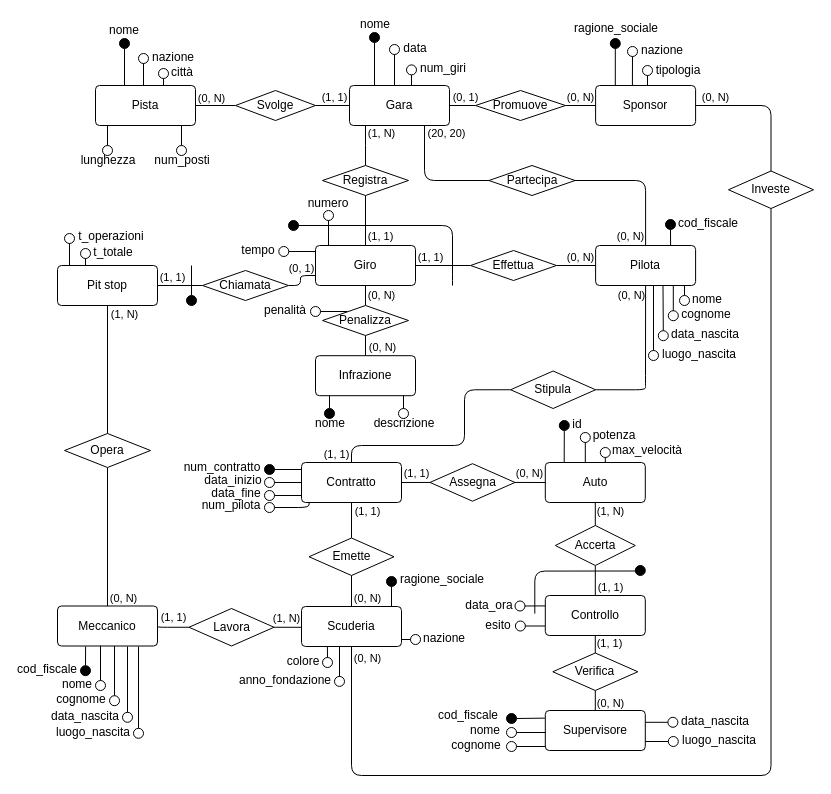
NotXia/car-racing keeps this draw.io diagram as er/gare.drawio. Above is the earlier version. Source tidied: cells renumbered, new cells numbered last; positions are measured from the earlier drawing's top-left corner, leaving out a move shared by most shapes. Both pictures are drawn from the tidied source at 100%, with x=0, y=0 at pixel (17, 19).
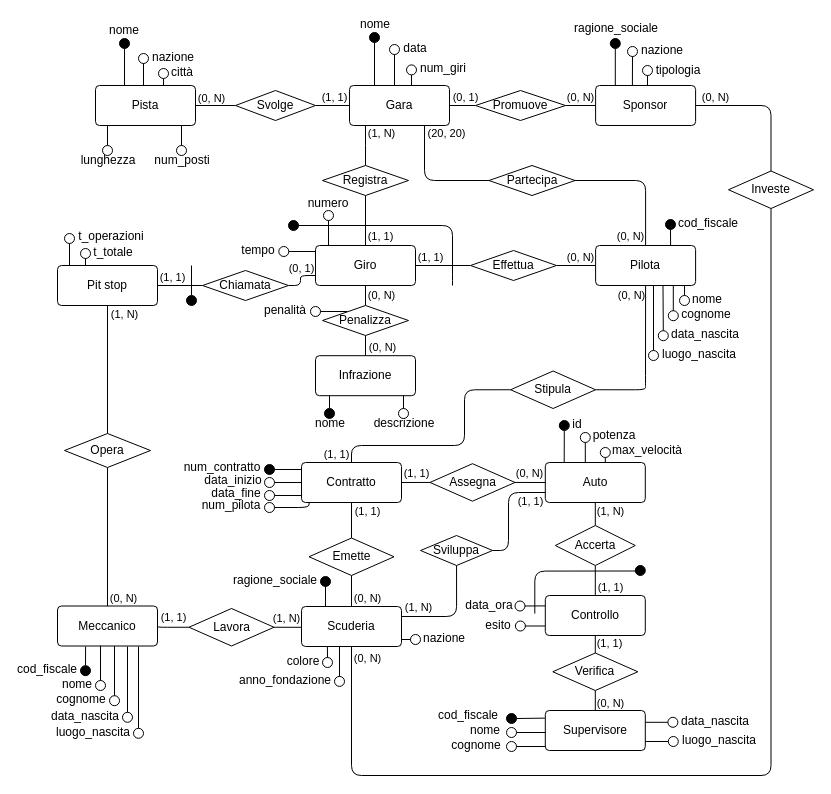
The same diagram, later.

The change refers to these unchanged cells:
```xml
<mxCell id="98" value="Scuderia" style="rounded=1;arcSize=10;whiteSpace=wrap;html=1;align=center;" parent="1" vertex="1">
  <mxGeometry x="284" y="587" width="100" height="40" as="geometry" />
</mxCell>
<mxCell id="99" value="Auto" style="rounded=1;arcSize=10;whiteSpace=wrap;html=1;align=center;" parent="1" vertex="1">
  <mxGeometry x="527.8" y="443" width="100" height="40" as="geometry" />
</mxCell>
```

The edit, as a diff of the source:
```diff
@@
     <mxCell id="192" style="endArrow=none;html=1;rounded=0;strokeColor=default;entryX=0.5;entryY=1;entryDx=0;entryDy=0;" parent="1" edge="1" target="193">
       <mxGeometry relative="1" as="geometry">
-        <mxPoint x="374" y="587" as="sourcePoint" />
+        <mxPoint x="308" y="587" as="sourcePoint" />
       </mxGeometry>
     </mxCell>
     <mxCell id="193" style="ellipse;whiteSpace=wrap;html=1;fillColor=#000000;" parent="1" vertex="1">
-      <mxGeometry x="369" y="557" width="10" height="10" as="geometry" />
+      <mxGeometry x="303" y="557" width="10" height="10" as="geometry" />
     </mxCell>
     <mxCell id="194" value="ragione_sociale" style="text;html=1;strokeColor=none;fillColor=none;align=center;verticalAlign=middle;whiteSpace=wrap;rounded=0;" parent="1" vertex="1">
-      <mxGeometry x="395" y="555" width="60" height="10" as="geometry" />
+      <mxGeometry x="228" y="556" width="60" height="10" as="geometry" />
     </mxCell>
@@
+    <mxCell id="234" style="edgeStyle=orthogonalEdgeStyle;rounded=1;jettySize=auto;html=1;exitX=1;exitY=0.5;exitDx=0;exitDy=0;entryX=0;entryY=0.75;entryDx=0;entryDy=0;endArrow=none;endFill=0;" parent="1" edge="1" source="238" target="99">
+      <mxGeometry relative="1" as="geometry">
+        <Array as="points">
+          <mxPoint x="491" y="531" />
+          <mxPoint x="491" y="473" />
+        </Array>
+      </mxGeometry>
+    </mxCell>
+    <mxCell id="235" value="(1, 1)" style="edgeLabel;html=1;align=center;verticalAlign=middle;" parent="234" vertex="1">
+      <mxGeometry x="0.86" relative="1" as="geometry">
+        <mxPoint x="-8" y="8" as="offset" />
+      </mxGeometry>
+    </mxCell>
+    <mxCell id="236" style="edgeStyle=orthogonalEdgeStyle;rounded=1;jettySize=auto;html=1;exitX=0.5;exitY=1;exitDx=0;exitDy=0;entryX=1;entryY=0.25;entryDx=0;entryDy=0;endArrow=none;endFill=0;" parent="1" edge="1" source="238" target="98">
+      <mxGeometry relative="1" as="geometry" />
+    </mxCell>
+    <mxCell id="237" value="(1, N)" style="edgeLabel;html=1;align=center;verticalAlign=middle;" parent="236" vertex="1">
+      <mxGeometry x="0.85" y="-1" relative="1" as="geometry">
+        <mxPoint x="8" y="-9" as="offset" />
+      </mxGeometry>
+    </mxCell>
+    <mxCell id="238" value="Sviluppa" style="shape=rhombus;perimeter=rhombusPerimeter;whiteSpace=wrap;html=1;align=center;fillColor=#FFFFFF;" parent="1" vertex="1">
+      <mxGeometry x="403" y="516" width="72.1" height="30" as="geometry" />
+    </mxCell>
```
